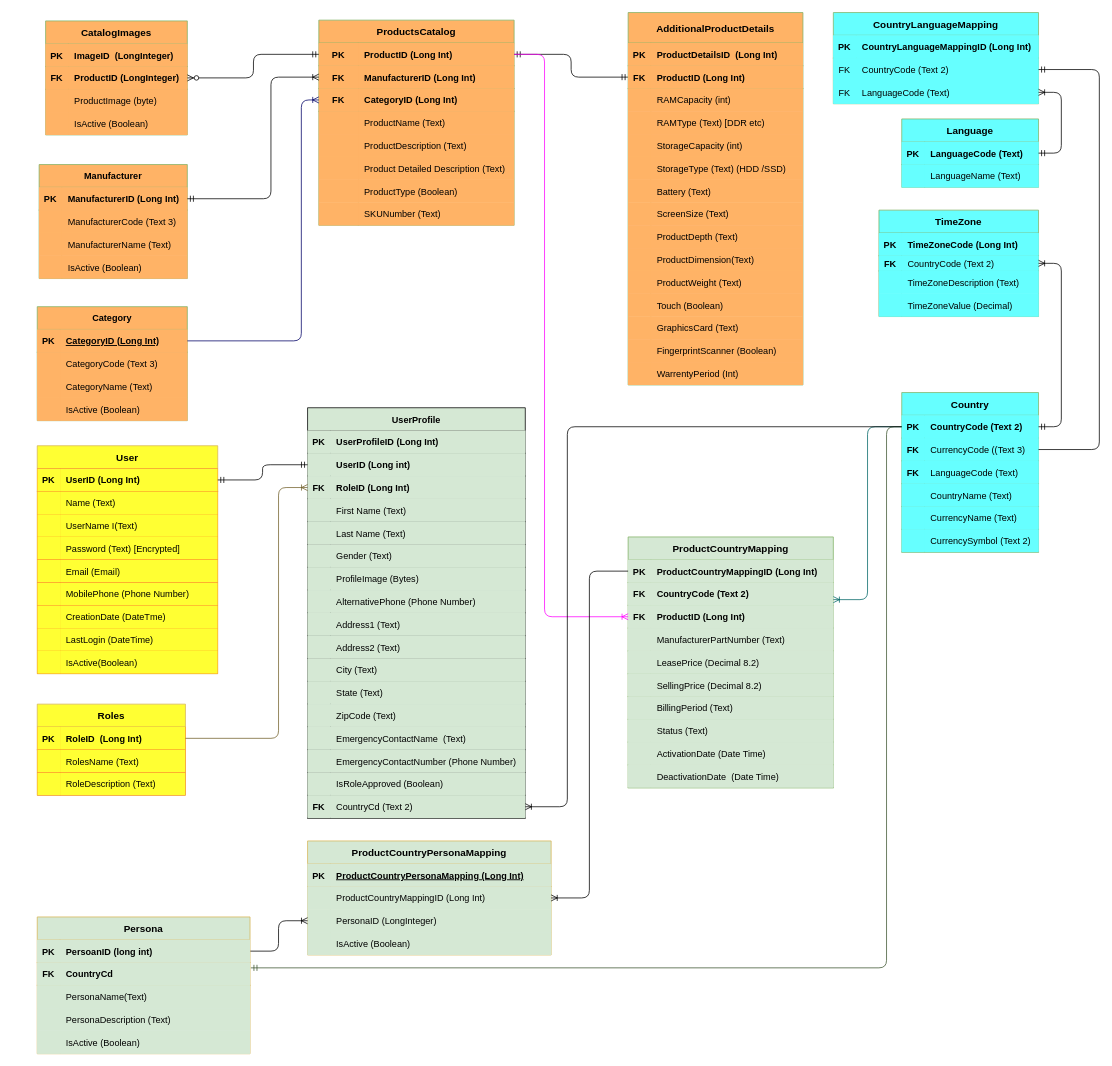
The draw.io diagram page "Updated Design" (2 of 2) of Drawings/CatalogDesign.drawio in bgunupati/DrawIO, before the edit. Source tidied: cells renumbered, new cells numbered last; positions are measured from the earlier drawing's top-left corner, leaving out a move shared by most shapes. Both pictures are drawn from the tidied source at 76%, with x=0, y=0 at pixel (36, 12).
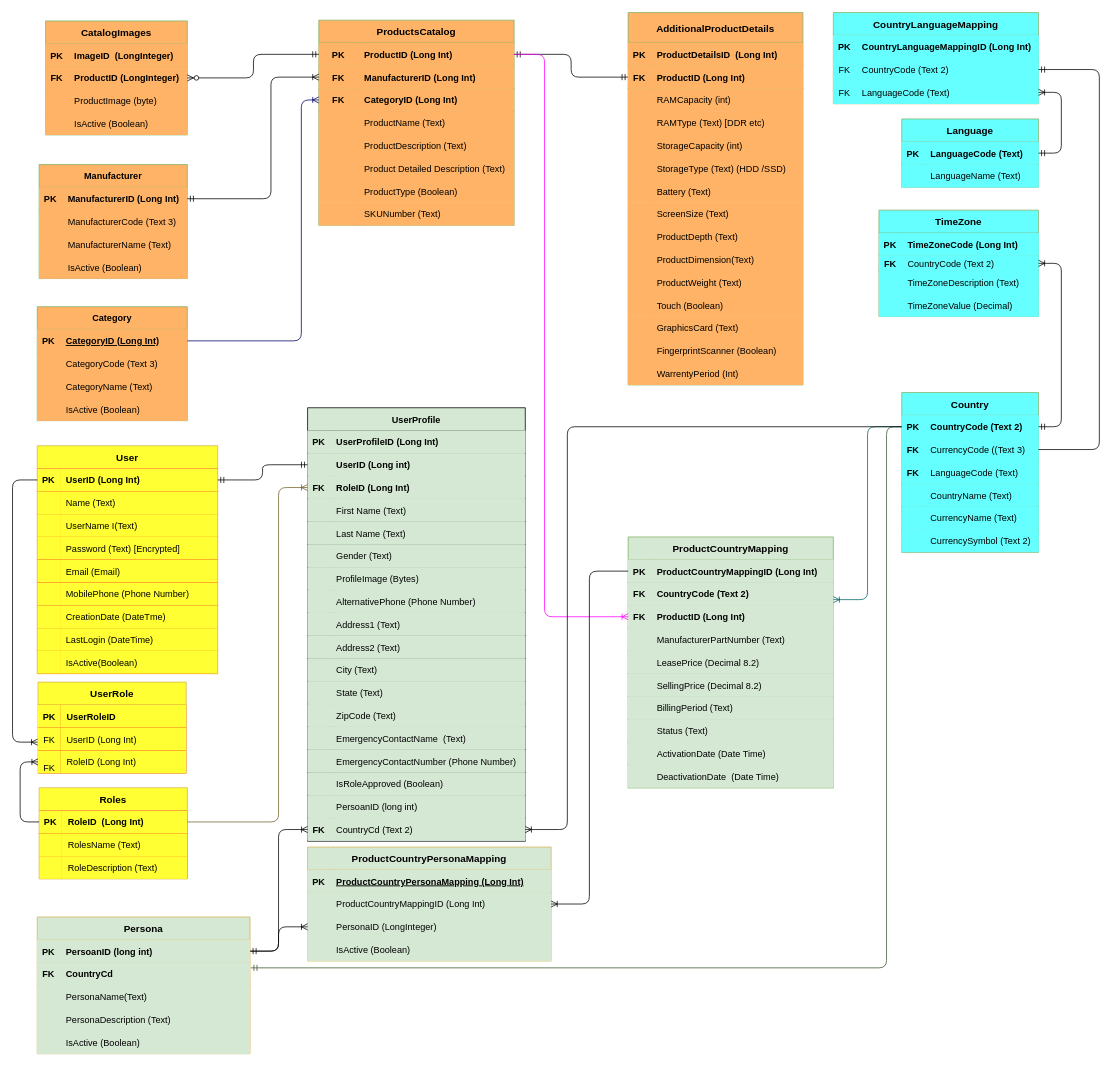
The same diagram, later.

The change refers to these unchanged cells:
```xml
<mxCell id="83" style="shape=partialRectangle;fillColor=#FF0000;top=0;left=0;bottom=1;right=0;points=[[0,0.5],[1,0.5]];portConstraint=eastwest;strokeColor=#d6b656;" parent="82" vertex="1">
  <mxGeometry y="30" width="195" height="30" as="geometry" />
</mxCell>
<mxCell id="277" value="Persona" style="shape=table;startSize=30;childLayout=tableLayout;rowLines=0;fontStyle=1;align=center;fillColor=#D5E8D4;strokeColor=#d6b656;fontSize=13;" parent="1" vertex="1">
  <mxGeometry x="0.5" y="1190" width="280" height="180" as="geometry" />
</mxCell>
<mxCell id="297" style="shape=partialRectangle;fillColor=#FF0000;top=0;left=0;bottom=1;right=0;points=[[0,0.5],[1,0.5]];portConstraint=eastwest;strokeColor=#d6b656;" parent="296" vertex="1">
  <mxGeometry y="30" width="237.5" height="30" as="geometry" />
</mxCell>
```

Diff of the diagram source:
```diff
@@
     <mxCell id="82" value="Roles" style="shape=table;startSize=30;childLayout=tableLayout;rowLines=0;fontStyle=1;align=center;fillColor=#FFFF33;strokeColor=#d6b656;fontSize=13;" parent="1" vertex="1">
-      <mxGeometry x="0.5" y="910" width="195" height="120" as="geometry" />
+      <mxGeometry x="3" y="1020" width="195" height="120" as="geometry" />
     </mxCell>
@@
     <mxCell id="92" value="ProductCountryPersonaMapping" style="shape=table;startSize=30;childLayout=tableLayout;rowLines=0;fontStyle=1;align=center;fillColor=#D5E8D4;strokeColor=#d6b656;fontSize=13;" parent="1" vertex="1">
-      <mxGeometry x="356.2" y="1090" width="320.5" height="150" as="geometry" />
+      <mxGeometry x="356.2" y="1098" width="320.5" height="150" as="geometry" />
     </mxCell>
@@
     <mxCell id="223" value="UserProfile" style="shape=table;startSize=30;childLayout=tableLayout;rowLines=0;fontStyle=1;align=center;fillColor=#D5E8D4;" parent="1" vertex="1">
-      <mxGeometry x="356.2" y="520" width="286.5" height="540" as="geometry" />
+      <mxGeometry x="356.2" y="520" width="286.5" height="570" as="geometry" />
     </mxCell>
@@
+    <mxCell id="327" style="shape=partialRectangle;fillColor=#D5E8D4;top=0;left=0;bottom=1;right=0;" parent="223" vertex="1">
+      <mxGeometry y="510" width="286.5" height="30" as="geometry" />
+    </mxCell>
+    <mxCell id="328" style="shape=partialRectangle;fillColor=#D5E8D4;top=0;left=0;bottom=0;right=0;fontStyle=1;overflow=hidden;" parent="327" vertex="1">
+      <mxGeometry width="30" height="30" as="geometry" />
+    </mxCell>
+    <mxCell id="329" value="PersoanID (long int)" style="shape=partialRectangle;fillColor=#D5E8D4;top=0;left=0;bottom=0;right=0;align=left;spacingLeft=6;fontStyle=0;overflow=hidden;" parent="327" vertex="1">
+      <mxGeometry x="30" width="256.5" height="30" as="geometry" />
+    </mxCell>
     <mxCell id="272" style="shape=partialRectangle;fillColor=#D5E8D4;top=0;left=0;bottom=1;right=0;points=[[0,0.5],[1,0.5]];portConstraint=eastwest;" parent="223" vertex="1">
-      <mxGeometry y="510" width="286.5" height="30" as="geometry" />
+      <mxGeometry y="540" width="286.5" height="30" as="geometry" />
     </mxCell>
@@
+    <mxCell id="330" value="UserRole" style="shape=table;startSize=30;childLayout=tableLayout;rowLines=0;fontStyle=1;align=center;fillColor=#FFFF33;strokeColor=#d6b656;fontSize=13;" parent="1" vertex="1">
+      <mxGeometry x="1.5" y="881" width="195" height="120" as="geometry" />
+    </mxCell>
+    <mxCell id="331" style="shape=partialRectangle;fillColor=#FF0000;top=0;left=0;bottom=1;right=0;strokeColor=#d6b656;" parent="330" vertex="1">
+      <mxGeometry y="30" width="195" height="30" as="geometry" />
+    </mxCell>
+    <mxCell id="332" value="PK" style="shape=partialRectangle;fillColor=#FFFF33;top=0;left=0;bottom=0;right=0;fontStyle=1;overflow=hidden;strokeColor=#d6b656;" parent="331" vertex="1">
+      <mxGeometry width="30" height="30" as="geometry" />
+    </mxCell>
+    <mxCell id="333" value="UserRoleID" style="shape=partialRectangle;fillColor=#FFFF33;top=0;left=0;bottom=0;right=0;align=left;spacingLeft=6;fontStyle=1;overflow=hidden;strokeColor=#d6b656;" parent="331" vertex="1">
+      <mxGeometry x="30" width="165" height="30" as="geometry" />
+    </mxCell>
+    <mxCell id="334" style="shape=partialRectangle;fillColor=#FF0000;top=0;left=0;bottom=0;right=0;strokeColor=#d6b656;" parent="330" vertex="1">
+      <mxGeometry y="60" width="195" height="30" as="geometry" />
+    </mxCell>
+    <mxCell id="335" value="FK" style="shape=partialRectangle;fillColor=#FFFF33;top=0;left=0;bottom=0;right=0;overflow=hidden;strokeColor=#d6b656;" parent="334" vertex="1">
+      <mxGeometry width="30" height="30" as="geometry" />
+    </mxCell>
+    <mxCell id="336" value="UserID (Long Int)" style="shape=partialRectangle;fillColor=#FFFF33;top=0;left=0;bottom=0;right=0;align=left;spacingLeft=6;overflow=hidden;strokeColor=#d6b656;" parent="334" vertex="1">
+      <mxGeometry x="30" width="165" height="30" as="geometry" />
+    </mxCell>
+    <mxCell id="337" style="shape=partialRectangle;fillColor=#FF0000;top=0;left=0;bottom=0;right=0;points=[[0,0.5],[1,0.5]];portConstraint=eastwest;strokeColor=#d6b656;" parent="330" vertex="1">
+      <mxGeometry y="90" width="195" height="30" as="geometry" />
+    </mxCell>
+    <mxCell id="338" value="&#10;FK&#10;" style="shape=partialRectangle;fillColor=#FFFF33;top=0;left=0;bottom=0;right=0;overflow=hidden;strokeColor=#d6b656;" parent="337" vertex="1">
+      <mxGeometry width="30" height="30" as="geometry" />
+    </mxCell>
+    <mxCell id="339" value="RoleID (Long Int)" style="shape=partialRectangle;fillColor=#FFFF33;top=0;left=0;bottom=0;right=0;align=left;spacingLeft=6;overflow=hidden;strokeColor=#d6b656;" parent="337" vertex="1">
+      <mxGeometry x="30" width="165" height="30" as="geometry" />
+    </mxCell>
+    <mxCell id="340" style="edgeStyle=elbowEdgeStyle;fontSize=12;html=1;endArrow=ERoneToMany;exitX=0;exitY=0.5;exitDx=0;exitDy=0;" parent="1" edge="1" source="297">
+      <mxGeometry relative="1" as="geometry">
+        <mxPoint x="1" y="960" as="targetPoint" />
+        <Array as="points">
+          <mxPoint x="-32" y="800" />
+        </Array>
+      </mxGeometry>
+    </mxCell>
+    <mxCell id="341" style="edgeStyle=elbowEdgeStyle;fontSize=12;html=1;endArrow=ERoneToMany;exitX=0;exitY=0.5;exitDx=0;exitDy=0;entryX=0;entryY=0.5;entryDx=0;entryDy=0;" parent="1" edge="1" source="83" target="337">
+      <mxGeometry relative="1" as="geometry">
+        <Array as="points">
+          <mxPoint x="-22" y="810" />
+        </Array>
+      </mxGeometry>
+    </mxCell>
+    <mxCell id="342" style="edgeStyle=elbowEdgeStyle;fontSize=12;html=1;endArrow=ERoneToMany;startArrow=ERmandOne;entryX=0;entryY=0.5;entryDx=0;entryDy=0;exitX=1;exitY=0.25;exitDx=0;exitDy=0;" parent="1" edge="1" source="277" target="272">
+      <mxGeometry relative="1" as="geometry" />
+    </mxCell>
```
